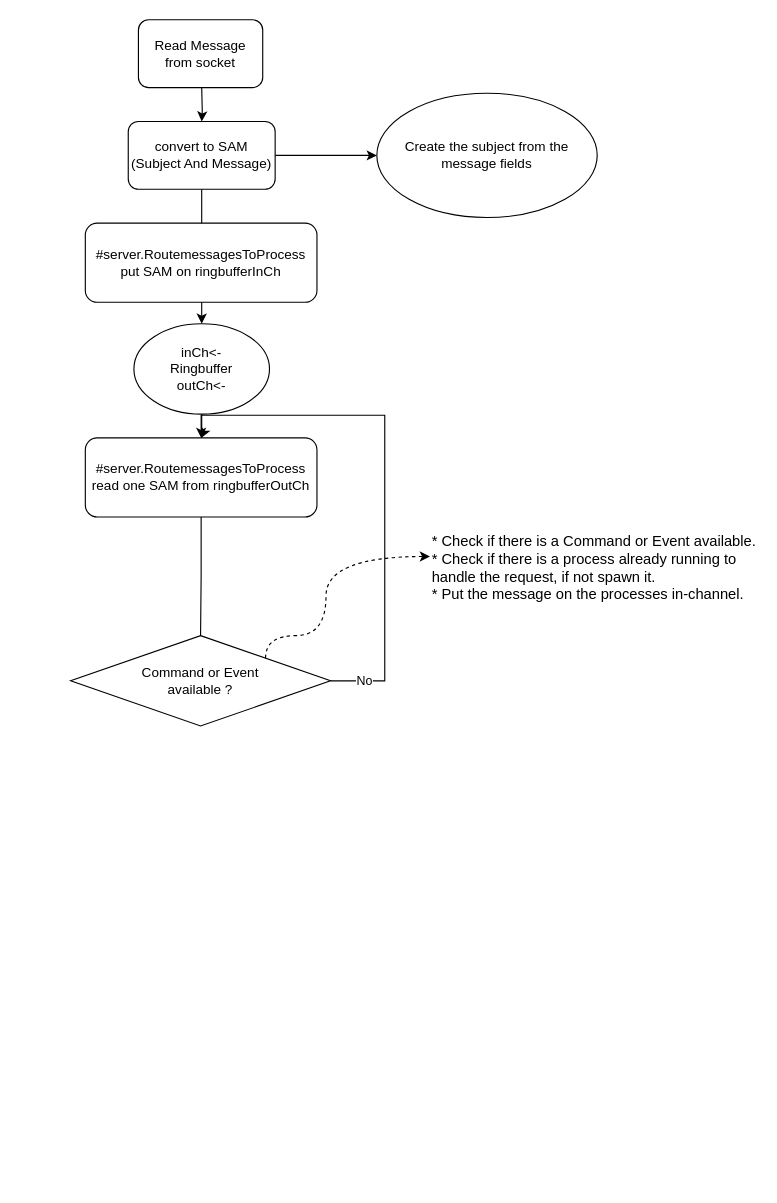
Earlier version of the draw.io diagram doc/message-routing.drawio.drawio (postmannen/steward). Source tidied: cells renumbered, new cells numbered last; positions are measured from the earlier drawing's top-left corner, leaving out a move shared by most shapes. Both pictures are drawn from the tidied source at 113%, with x=0, y=0 at pixel (70, 19).
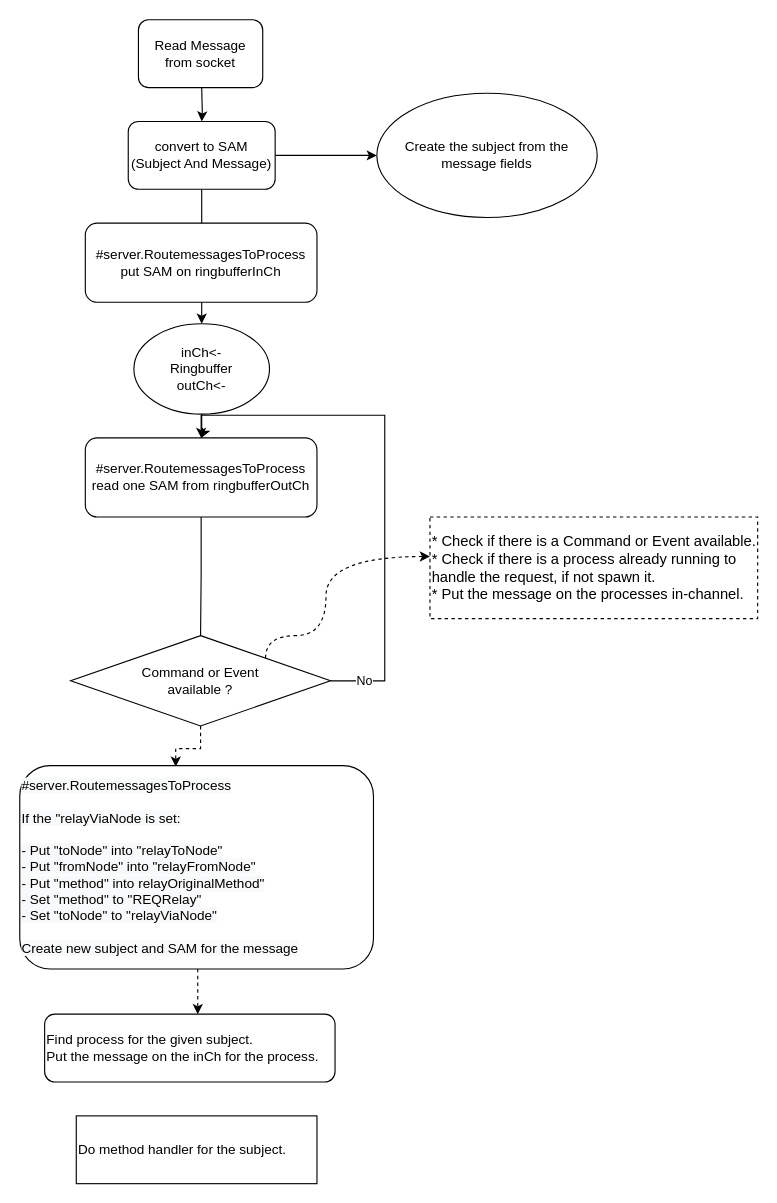
Above is the later version.

Unchanged cells that the change refers to:
```xml
<mxCell id="14" value="Command or Event&lt;br&gt;available ?" style="rhombus;whiteSpace=wrap;html=1;" parent="1" vertex="1">
  <mxGeometry y="545" width="230" height="80" as="geometry" />
</mxCell>
```

The edit, as a diff of the source:
```diff
@@
+    <mxCell id="18" style="edgeStyle=orthogonalEdgeStyle;rounded=0;jettySize=auto;html=1;entryX=0.441;entryY=0.006;entryDx=0;entryDy=0;entryPerimeter=0;dashed=1;" parent="1" edge="1" source="14" target="20">
+      <mxGeometry relative="1" as="geometry" />
+    </mxCell>
@@
-    <mxCell id="16" value="&lt;font style=&quot;font-size: 13px&quot;&gt;* Check if there is a Command or Event available.&lt;br&gt;* Check if there is a process already running to handle the request, if not spawn it.&lt;br&gt;* Put the message on the processes in-channel.&lt;/font&gt;" style="text;strokeColor=none;fillColor=none;align=left;verticalAlign=middle;whiteSpace=wrap;rounded=0;html=1;" parent="1" vertex="1">
+    <mxCell id="16" value="&lt;font style=&quot;font-size: 13px&quot;&gt;* Check if there is a Command or Event available.&lt;br&gt;* Check if there is a process already running to handle the request, if not spawn it.&lt;br&gt;* Put the message on the processes in-channel.&lt;/font&gt;" style="text;strokeColor=default;fillColor=none;align=left;verticalAlign=middle;whiteSpace=wrap;rounded=0;html=1;dashed=1;" parent="1" vertex="1">
       <mxGeometry x="318" y="440" width="290" height="90" as="geometry" />
     </mxCell>
@@
+    <mxCell id="19" style="edgeStyle=orthogonalEdgeStyle;rounded=0;orthogonalLoop=1;jettySize=auto;html=1;entryX=0.572;entryY=0;entryDx=0;entryDy=0;entryPerimeter=0;dashed=1;" parent="1" edge="1">
+      <mxGeometry relative="1" as="geometry">
+        <mxPoint x="112.5" y="840" as="sourcePoint" />
+        <mxPoint x="112.5" y="880" as="targetPoint" />
+        <Array as="points">
+          <mxPoint x="113" y="860" />
+          <mxPoint x="113" y="860" />
+        </Array>
+      </mxGeometry>
+    </mxCell>
+    <mxCell id="20" value="&lt;span style=&quot;color: rgb(0 , 0 , 0) ; font-family: &amp;#34;helvetica&amp;#34; ; font-size: 12px ; font-style: normal ; font-weight: 400 ; letter-spacing: normal ; text-align: left ; text-indent: 0px ; text-transform: none ; word-spacing: 0px ; background-color: rgb(248 , 249 , 250) ; display: inline ; float: none&quot;&gt;&lt;span style=&quot;font-family: &amp;#34;helvetica&amp;#34; ; text-align: center&quot;&gt;#server.RoutemessagesToProcess&lt;br&gt;&lt;/span&gt;&lt;br&gt;If the &quot;relayViaNode is set:&lt;/span&gt;&lt;br style=&quot;color: rgb(0 , 0 , 0) ; font-family: &amp;#34;helvetica&amp;#34; ; font-size: 12px ; font-style: normal ; font-weight: 400 ; letter-spacing: normal ; text-align: left ; text-indent: 0px ; text-transform: none ; word-spacing: 0px ; background-color: rgb(248 , 249 , 250)&quot;&gt;&lt;br style=&quot;color: rgb(0 , 0 , 0) ; font-family: &amp;#34;helvetica&amp;#34; ; font-size: 12px ; font-style: normal ; font-weight: 400 ; letter-spacing: normal ; text-align: left ; text-indent: 0px ; text-transform: none ; word-spacing: 0px ; background-color: rgb(248 , 249 , 250)&quot;&gt;&lt;span style=&quot;color: rgb(0 , 0 , 0) ; font-family: &amp;#34;helvetica&amp;#34; ; font-size: 12px ; font-style: normal ; font-weight: 400 ; letter-spacing: normal ; text-align: left ; text-indent: 0px ; text-transform: none ; word-spacing: 0px ; background-color: rgb(248 , 249 , 250) ; display: inline ; float: none&quot;&gt;- Put &quot;toNode&quot; into &quot;relayToNode&quot;&lt;/span&gt;&lt;br style=&quot;color: rgb(0 , 0 , 0) ; font-family: &amp;#34;helvetica&amp;#34; ; font-size: 12px ; font-style: normal ; font-weight: 400 ; letter-spacing: normal ; text-align: left ; text-indent: 0px ; text-transform: none ; word-spacing: 0px ; background-color: rgb(248 , 249 , 250)&quot;&gt;&lt;span style=&quot;color: rgb(0 , 0 , 0) ; font-family: &amp;#34;helvetica&amp;#34; ; font-size: 12px ; font-style: normal ; font-weight: 400 ; letter-spacing: normal ; text-align: left ; text-indent: 0px ; text-transform: none ; word-spacing: 0px ; background-color: rgb(248 , 249 , 250) ; display: inline ; float: none&quot;&gt;- Put &quot;fromNode&quot; into &quot;relayFromNode&quot;&lt;/span&gt;&lt;br style=&quot;color: rgb(0 , 0 , 0) ; font-family: &amp;#34;helvetica&amp;#34; ; font-size: 12px ; font-style: normal ; font-weight: 400 ; letter-spacing: normal ; text-align: left ; text-indent: 0px ; text-transform: none ; word-spacing: 0px ; background-color: rgb(248 , 249 , 250)&quot;&gt;&lt;span style=&quot;color: rgb(0 , 0 , 0) ; font-family: &amp;#34;helvetica&amp;#34; ; font-size: 12px ; font-style: normal ; font-weight: 400 ; letter-spacing: normal ; text-align: left ; text-indent: 0px ; text-transform: none ; word-spacing: 0px ; background-color: rgb(248 , 249 , 250) ; display: inline ; float: none&quot;&gt;- Put &quot;method&quot; into relayOriginalMethod&quot;&lt;/span&gt;&lt;br style=&quot;color: rgb(0 , 0 , 0) ; font-family: &amp;#34;helvetica&amp;#34; ; font-size: 12px ; font-style: normal ; font-weight: 400 ; letter-spacing: normal ; text-align: left ; text-indent: 0px ; text-transform: none ; word-spacing: 0px ; background-color: rgb(248 , 249 , 250)&quot;&gt;&lt;span style=&quot;color: rgb(0 , 0 , 0) ; font-family: &amp;#34;helvetica&amp;#34; ; font-size: 12px ; font-style: normal ; font-weight: 400 ; letter-spacing: normal ; text-align: left ; text-indent: 0px ; text-transform: none ; word-spacing: 0px ; background-color: rgb(248 , 249 , 250) ; display: inline ; float: none&quot;&gt;- Set &quot;method&quot; to &quot;REQRelay&quot;&lt;/span&gt;&lt;br style=&quot;color: rgb(0 , 0 , 0) ; font-family: &amp;#34;helvetica&amp;#34; ; font-size: 12px ; font-style: normal ; font-weight: 400 ; letter-spacing: normal ; text-align: left ; text-indent: 0px ; text-transform: none ; word-spacing: 0px ; background-color: rgb(248 , 249 , 250)&quot;&gt;&lt;span style=&quot;color: rgb(0 , 0 , 0) ; font-family: &amp;#34;helvetica&amp;#34; ; font-size: 12px ; font-style: normal ; font-weight: 400 ; letter-spacing: normal ; text-align: left ; text-indent: 0px ; text-transform: none ; word-spacing: 0px ; background-color: rgb(248 , 249 , 250) ; display: inline ; float: none&quot;&gt;- Set &quot;toNode&quot; to &quot;relayViaNode&quot;&lt;/span&gt;&lt;br style=&quot;color: rgb(0 , 0 , 0) ; font-family: &amp;#34;helvetica&amp;#34; ; font-size: 12px ; font-style: normal ; font-weight: 400 ; letter-spacing: normal ; text-align: left ; text-indent: 0px ; text-transform: none ; word-spacing: 0px ; background-color: rgb(248 , 249 , 250)&quot;&gt;&lt;br style=&quot;color: rgb(0 , 0 , 0) ; font-family: &amp;#34;helvetica&amp;#34; ; font-size: 12px ; font-style: normal ; font-weight: 400 ; letter-spacing: normal ; text-align: left ; text-indent: 0px ; text-transform: none ; word-spacing: 0px ; background-color: rgb(248 , 249 , 250)&quot;&gt;&lt;span style=&quot;color: rgb(0 , 0 , 0) ; font-family: &amp;#34;helvetica&amp;#34; ; font-size: 12px ; font-style: normal ; font-weight: 400 ; letter-spacing: normal ; text-align: left ; text-indent: 0px ; text-transform: none ; word-spacing: 0px ; background-color: rgb(248 , 249 , 250) ; display: inline ; float: none&quot;&gt;Create new subject and SAM for the message&lt;/span&gt;" style="rounded=1;whiteSpace=wrap;html=1;strokeColor=default;align=left;" parent="1" vertex="1">
+      <mxGeometry x="-45" y="660" width="313" height="180" as="geometry" />
+    </mxCell>
+    <mxCell id="21" value="Find process for the given subject.&lt;br&gt;Put the message on the inCh for the process." style="rounded=1;whiteSpace=wrap;html=1;strokeColor=default;align=left;" parent="1" vertex="1">
+      <mxGeometry x="-23" y="880" width="257" height="60" as="geometry" />
+    </mxCell>
+    <mxCell id="22" value="Do method handler for the subject." style="rounded=0;whiteSpace=wrap;html=1;strokeColor=default;align=left;" parent="1" vertex="1">
+      <mxGeometry x="5" y="970" width="213" height="60" as="geometry" />
+    </mxCell>
```
